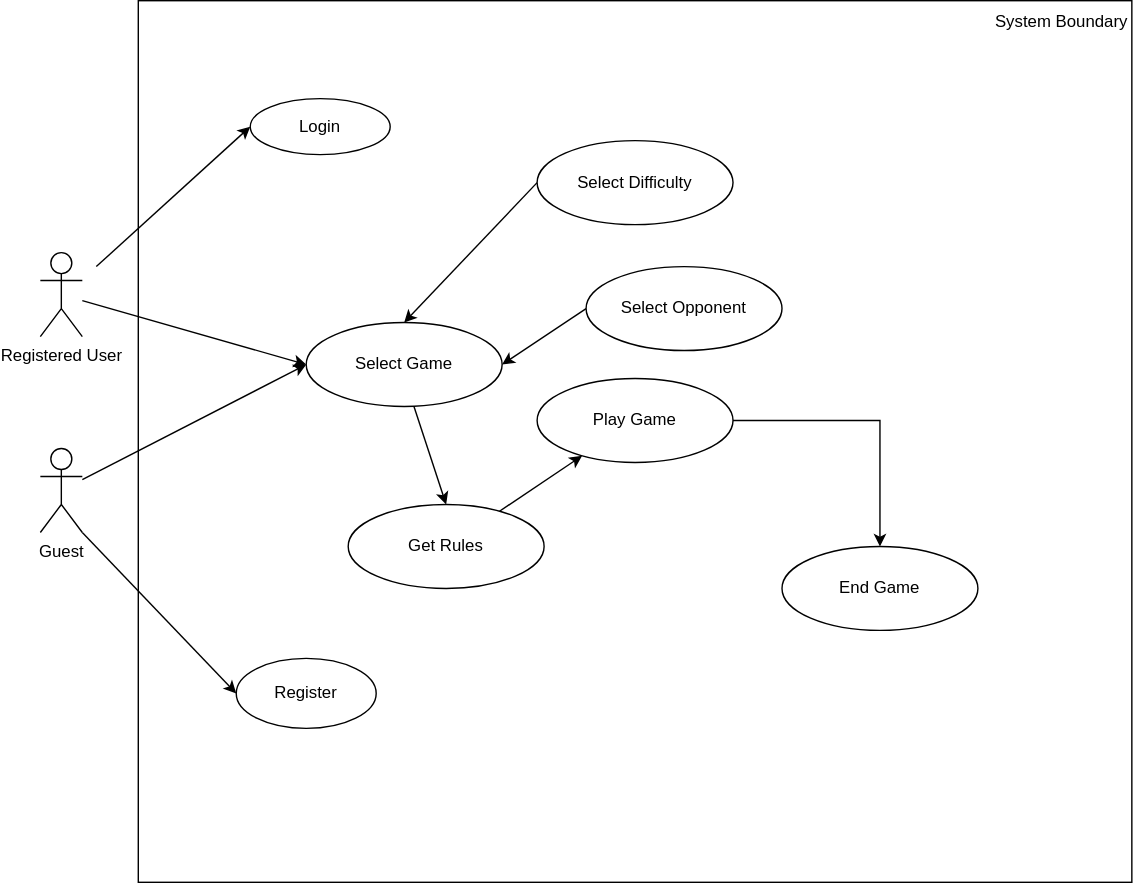
Earlier version of the draw.io export tic-tac-toe-solution/TicTacToe_UseCaseDiagram.drawio.svg (batman-that-laughs/scaler-assignment-solutions). Source tidied: cells renumbered, new cells last; positions are measured from the earlier drawing's top-left corner, leaving out a move shared by most shapes.
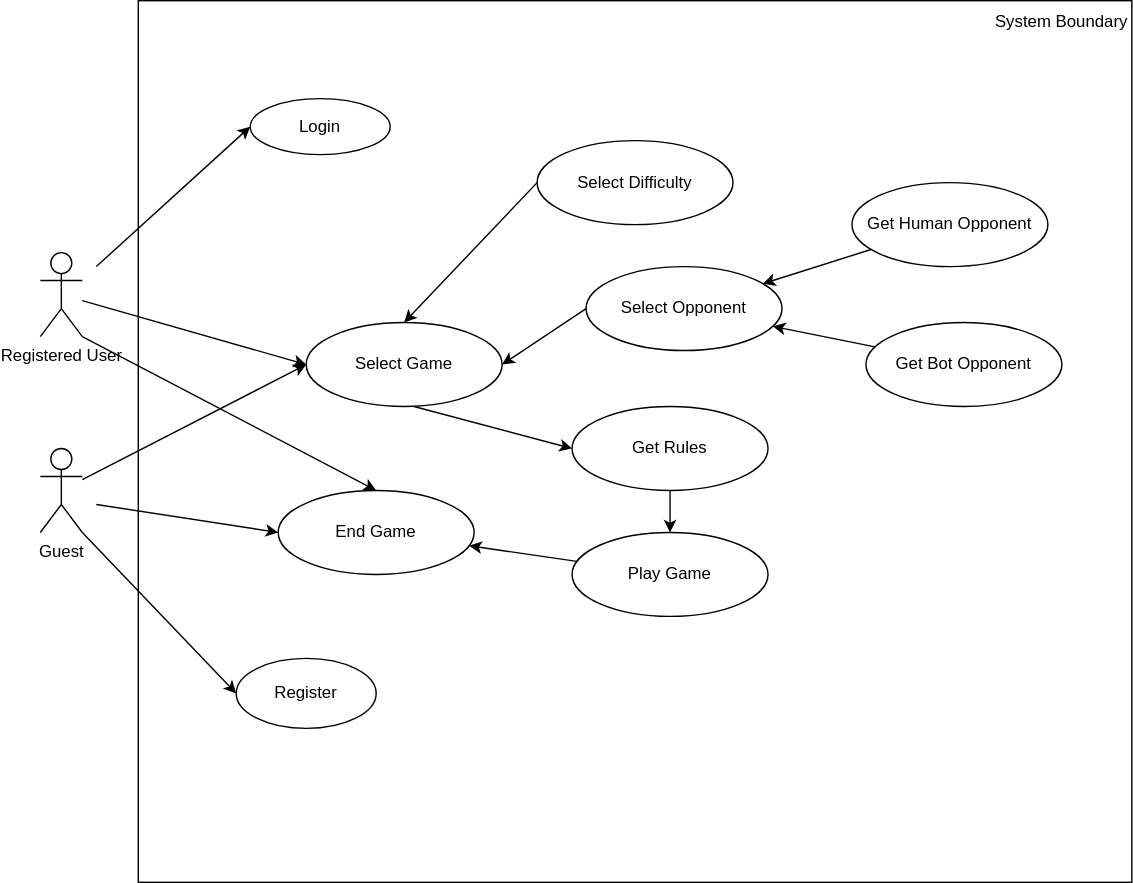
After the commit.

Change to the diagram source:
```diff
@@ -14,7 +14,7 @@
     <mxCell id="5" value="Register" style="ellipse;whiteSpace=wrap;html=1;" parent="1" vertex="1">
       <mxGeometry x="140" y="470" width="100" height="50" as="geometry" />
     </mxCell>
-    <mxCell id="6" style="edgeStyle=none;rounded=0;jettySize=auto;html=1;exitX=0.55;exitY=1;exitDx=0;exitDy=0;entryX=0.5;entryY=0;entryDx=0;entryDy=0;exitPerimeter=0;" parent="1" edge="1" source="7" target="16">
+    <mxCell id="6" style="edgeStyle=none;rounded=0;jettySize=auto;html=1;exitX=0.55;exitY=1;exitDx=0;exitDy=0;entryX=0;entryY=0.5;entryDx=0;entryDy=0;exitPerimeter=0;" parent="1" edge="1" source="7" target="16">
       <mxGeometry relative="1" as="geometry" />
     </mxCell>
     <mxCell id="7" value="Select Game" style="ellipse;whiteSpace=wrap;html=1;" parent="1" vertex="1">
@@ -27,13 +27,18 @@
       <mxGeometry x="355" y="100" width="140" height="60" as="geometry" />
     </mxCell>
     <mxCell id="10" value="Play Game" style="ellipse;whiteSpace=wrap;html=1;" parent="1" vertex="1">
-      <mxGeometry x="355" y="270" width="140" height="60" as="geometry" />
+      <mxGeometry x="380" y="380" width="140" height="60" as="geometry" />
     </mxCell>
-    <mxCell id="11" style="edgeStyle=orthogonalEdgeStyle;rounded=0;jettySize=auto;html=1;" parent="1" edge="1" source="10" target="12">
+    <mxCell id="11" style="rounded=0;jettySize=auto;html=1;" parent="1" edge="1" source="10" target="12">
       <mxGeometry relative="1" as="geometry" />
     </mxCell>
+    <mxCell id="23" style="edgeStyle=none;rounded=0;jettySize=auto;html=1;exitX=0;exitY=0.5;exitDx=0;exitDy=0;entryX=0;entryY=0.5;entryDx=0;entryDy=0;" parent="1" edge="1" target="12">
+      <mxGeometry relative="1" as="geometry">
+        <mxPoint x="40" y="360" as="sourcePoint" />
+      </mxGeometry>
+    </mxCell>
     <mxCell id="12" value="End Game" style="ellipse;whiteSpace=wrap;html=1;" parent="1" vertex="1">
-      <mxGeometry x="530" y="390" width="140" height="60" as="geometry" />
+      <mxGeometry x="170" y="350" width="140" height="60" as="geometry" />
     </mxCell>
     <mxCell id="13" style="edgeStyle=none;rounded=0;jettySize=auto;html=1;entryX=1;entryY=0.5;entryDx=0;entryDy=0;exitX=0;exitY=0.5;exitDx=0;exitDy=0;" parent="1" edge="1" source="14" target="7">
       <mxGeometry relative="1" as="geometry" />
@@ -45,7 +50,7 @@
       <mxGeometry relative="1" as="geometry" />
     </mxCell>
     <mxCell id="16" value="Get Rules" style="ellipse;whiteSpace=wrap;html=1;" parent="1" vertex="1">
-      <mxGeometry x="220" y="360" width="140" height="60" as="geometry" />
+      <mxGeometry x="380" y="290" width="140" height="60" as="geometry" />
     </mxCell>
     <mxCell id="17" style="edgeStyle=none;rounded=0;jettySize=auto;html=1;entryX=0;entryY=0.5;entryDx=0;entryDy=0;" parent="1" edge="1" source="18" target="7">
       <mxGeometry relative="1" as="geometry" />
@@ -67,5 +72,22 @@
     <mxCell id="22" style="edgeStyle=none;rounded=0;jettySize=auto;html=1;entryX=0;entryY=0.5;entryDx=0;entryDy=0;exitX=1;exitY=1;exitDx=0;exitDy=0;exitPerimeter=0;" parent="1" edge="1" source="20" target="5">
       <mxGeometry relative="1" as="geometry" />
     </mxCell>
+    <mxCell id="24" style="edgeStyle=none;rounded=0;jettySize=auto;html=1;" parent="1" edge="1" source="25" target="14">
+      <mxGeometry relative="1" as="geometry" />
+    </mxCell>
+    <mxCell id="25" value="Get Bot Opponent" style="ellipse;whiteSpace=wrap;html=1;" parent="1" vertex="1">
+      <mxGeometry x="590" y="230" width="140" height="60" as="geometry" />
+    </mxCell>
+    <mxCell id="26" style="edgeStyle=none;rounded=0;jettySize=auto;html=1;" parent="1" edge="1" source="27" target="14">
+      <mxGeometry relative="1" as="geometry" />
+    </mxCell>
+    <mxCell id="27" value="Get Human Opponent" style="ellipse;whiteSpace=wrap;html=1;" parent="1" vertex="1">
+      <mxGeometry x="580" y="130" width="140" height="60" as="geometry" />
+    </mxCell>
+    <mxCell id="28" style="edgeStyle=none;rounded=0;jettySize=auto;html=1;exitX=1;exitY=1;exitDx=0;exitDy=0;entryX=0;entryY=0.5;entryDx=0;entryDy=0;exitPerimeter=0;" parent="1" edge="1" source="18">
+      <mxGeometry relative="1" as="geometry">
+        <mxPoint x="240" y="350" as="targetPoint" />
+      </mxGeometry>
+    </mxCell>
   </root>
 </mxGraphModel>
```
